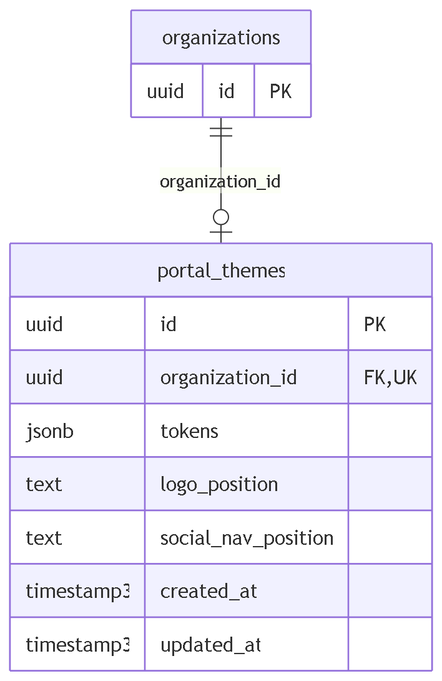
Before: docs/diccionario-datos/mer/mer-portals.png, a diagram exported from Mermaid (AGamez10/AdoptaFacil). Its source is kept beside it as docs/diccionario-datos/mer/mer-portals.mmd.
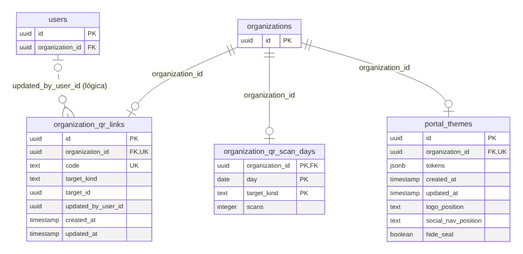
Above is the later version.

Diff of the diagram source:
```diff
@@ -1,14 +1,38 @@
 erDiagram
+  organization_qr_links {
+    uuid id PK
+    uuid organization_id FK,UK
+    text code UK
+    text target_kind
+    uuid target_id
+    uuid updated_by_user_id
+    timestamp created_at
+    timestamp updated_at
+  }
+  organization_qr_scan_days {
+    uuid organization_id PK,FK
+    date day PK
+    text target_kind PK
+    integer scans
+  }
   portal_themes {
     uuid id PK
     uuid organization_id FK,UK
     jsonb tokens
+    timestamp created_at
+    timestamp updated_at
     text logo_position
     text social_nav_position
-    timestamp3 created_at
-    timestamp3 updated_at
+    boolean hide_seal
   }
   organizations {
     uuid id PK
   }
+  users {
+    uuid id PK
+    uuid organization_id FK
+  }
+  organizations ||--o| organization_qr_links : "organization_id"
+  organizations ||--o| organization_qr_scan_days : "organization_id"
   organizations ||--o| portal_themes : "organization_id"
+  users |o..o{ organization_qr_links : "updated_by_user_id (lógica)"
```
